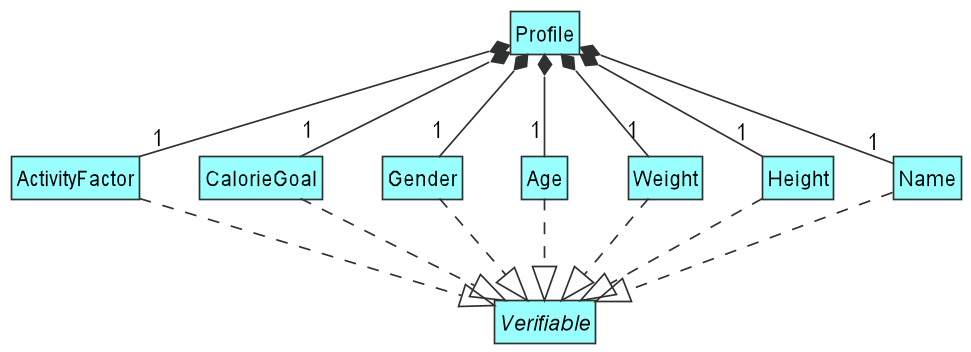
This is docs/images/ProfileClassDiagram.png from tryyang2001/tp, a PlantUML export, as it was before one commit.
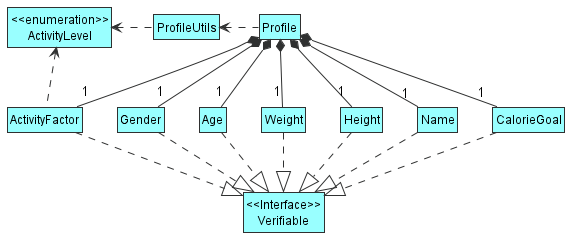
After the change.

Commit message:
Add diagrams for StorageManager and subsequent references

The edit, as a diff of the source:
```diff
@@ -13,7 +13,9 @@
 class Gender DATA_COLOUR
 class CalorieGoal DATA_COLOUR
 class ActivityFactor DATA_COLOUR
-interface Verifiable DATA_COLOUR
+class ProfileUtils DATA_COLOUR
+class "<<enumeration>>\nActivityLevel" DATA_COLOUR
+class "<<Interface>>\nVerifiable" DATA_COLOUR
 
 Profile *-- "1" Name
 Profile *-- "1" Height
@@ -22,13 +24,16 @@
 Profile *-- "1" Gender
 Profile *-- "1" CalorieGoal
 Profile *-- "1" ActivityFactor
+ActivityFactor .up.> "<<enumeration>>\nActivityLevel"
+ProfileUtils .left.> "<<enumeration>>\nActivityLevel"
+Profile .left.> ProfileUtils
 
-Verifiable <|.up. Name
-Verifiable <|.up. Height
-Verifiable <|.up. Weight
-Verifiable <|.up. Age
-Verifiable <|.up. Gender
-Verifiable <|.up. CalorieGoal
-Verifiable <|.up. ActivityFactor
+"<<Interface>>\nVerifiable" <|.up. Name
+"<<Interface>>\nVerifiable" <|.up. Height
+"<<Interface>>\nVerifiable" <|.up. Weight
+"<<Interface>>\nVerifiable" <|.up. Age
+"<<Interface>>\nVerifiable" <|.up. Gender
+"<<Interface>>\nVerifiable" <|.up. CalorieGoal
+"<<Interface>>\nVerifiable" <|.up. ActivityFactor
 
 @enduml
```
